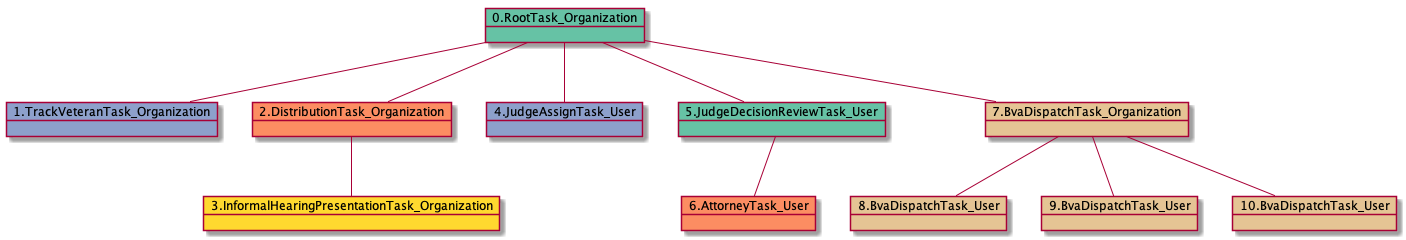
Above: docs-DR/uml/RTO.TVTO.DTO.IHPTO.JATU.JDRTU-34538.png in yoomlam/graphing (PlantUML), before the change. The source it was exported from:
```plantuml
@startuml
object 0.RootTask_Organization #66c2a5
object 1.TrackVeteranTask_Organization #8da0cb
object 2.DistributionTask_Organization #fc8d62
object 3.InformalHearingPresentationTask_Organization #ffd92f
object 4.JudgeAssignTask_User #8da0cb
object 5.JudgeDecisionReviewTask_User #66c2a5
object 6.AttorneyTask_User #fc8d62
object 7.BvaDispatchTask_Organization #e5c494
object 8.BvaDispatchTask_User #e5c494
object 9.BvaDispatchTask_User #e5c494
object 10.BvaDispatchTask_User #e5c494
0.RootTask_Organization -- 1.TrackVeteranTask_Organization
0.RootTask_Organization -- 2.DistributionTask_Organization
2.DistributionTask_Organization -- 3.InformalHearingPresentationTask_Organization
0.RootTask_Organization -- 4.JudgeAssignTask_User
0.RootTask_Organization -- 5.JudgeDecisionReviewTask_User
5.JudgeDecisionReviewTask_User -- 6.AttorneyTask_User
0.RootTask_Organization -- 7.BvaDispatchTask_Organization
7.BvaDispatchTask_Organization -- 8.BvaDispatchTask_User
7.BvaDispatchTask_Organization -- 9.BvaDispatchTask_User
7.BvaDispatchTask_Organization -- 10.BvaDispatchTask_User
@enduml
```
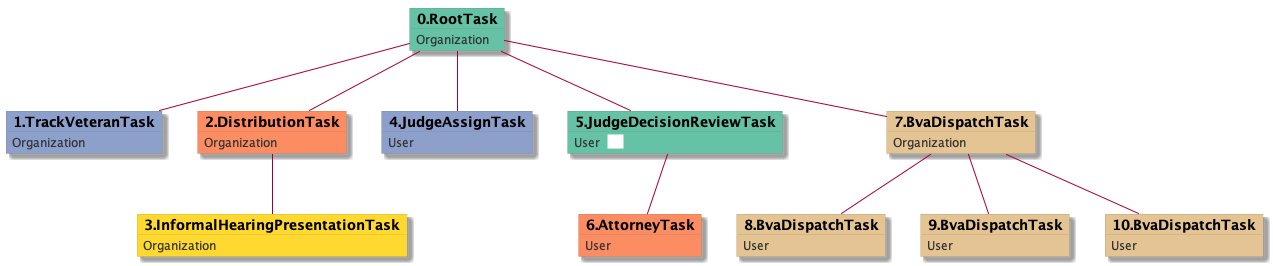
Later version of the same file.

The edit, as a diff of the source:
```diff
@@ -1,23 +1,53 @@
 @startuml
-object 0.RootTask_Organization #66c2a5
-object 1.TrackVeteranTask_Organization #8da0cb
-object 2.DistributionTask_Organization #fc8d62
-object 3.InformalHearingPresentationTask_Organization #ffd92f
-object 4.JudgeAssignTask_User #8da0cb
-object 5.JudgeDecisionReviewTask_User #66c2a5
-object 6.AttorneyTask_User #fc8d62
-object 7.BvaDispatchTask_Organization #e5c494
-object 8.BvaDispatchTask_User #e5c494
-object 9.BvaDispatchTask_User #e5c494
-object 10.BvaDispatchTask_User #e5c494
-0.RootTask_Organization -- 1.TrackVeteranTask_Organization
-0.RootTask_Organization -- 2.DistributionTask_Organization
-2.DistributionTask_Organization -- 3.InformalHearingPresentationTask_Organization
-0.RootTask_Organization -- 4.JudgeAssignTask_User
-0.RootTask_Organization -- 5.JudgeDecisionReviewTask_User
-5.JudgeDecisionReviewTask_User -- 6.AttorneyTask_User
-0.RootTask_Organization -- 7.BvaDispatchTask_Organization
-7.BvaDispatchTask_Organization -- 8.BvaDispatchTask_User
-7.BvaDispatchTask_Organization -- 9.BvaDispatchTask_User
-7.BvaDispatchTask_Organization -- 10.BvaDispatchTask_User
+skinparam {
+  ObjectBorderColor #555
+  ObjectBorderThickness 0
+  ObjectFontStyle bold
+  ObjectFontSize 14
+  ObjectAttributeFontColor #333
+  ObjectAttributeFontSize 12
+}
+  object 0.RootTask #66c2a5 {
+Organization
+}
+  object 1.TrackVeteranTask #8da0cb {
+Organization
+}
+  object 2.DistributionTask #fc8d62 {
+Organization
+}
+  object 3.InformalHearingPresentationTask #ffd92f {
+Organization
+}
+  object 4.JudgeAssignTask #8da0cb {
+User
+}
+  object 5.JudgeDecisionReviewTask #66c2a5 {
+User  <back:white>    </back>
+}
+  object 6.AttorneyTask #fc8d62 {
+User
+}
+  object 7.BvaDispatchTask #e5c494 {
+Organization
+}
+  object 8.BvaDispatchTask #e5c494 {
+User
+}
+  object 9.BvaDispatchTask #e5c494 {
+User
+}
+  object 10.BvaDispatchTask #e5c494 {
+User
+}
+0.RootTask -- 1.TrackVeteranTask
+0.RootTask -- 2.DistributionTask
+2.DistributionTask -- 3.InformalHearingPresentationTask
+0.RootTask -- 4.JudgeAssignTask
+0.RootTask -- 5.JudgeDecisionReviewTask
+5.JudgeDecisionReviewTask -- 6.AttorneyTask
+0.RootTask -- 7.BvaDispatchTask
+7.BvaDispatchTask -- 8.BvaDispatchTask
+7.BvaDispatchTask -- 9.BvaDispatchTask
+7.BvaDispatchTask -- 10.BvaDispatchTask
 @enduml
```
